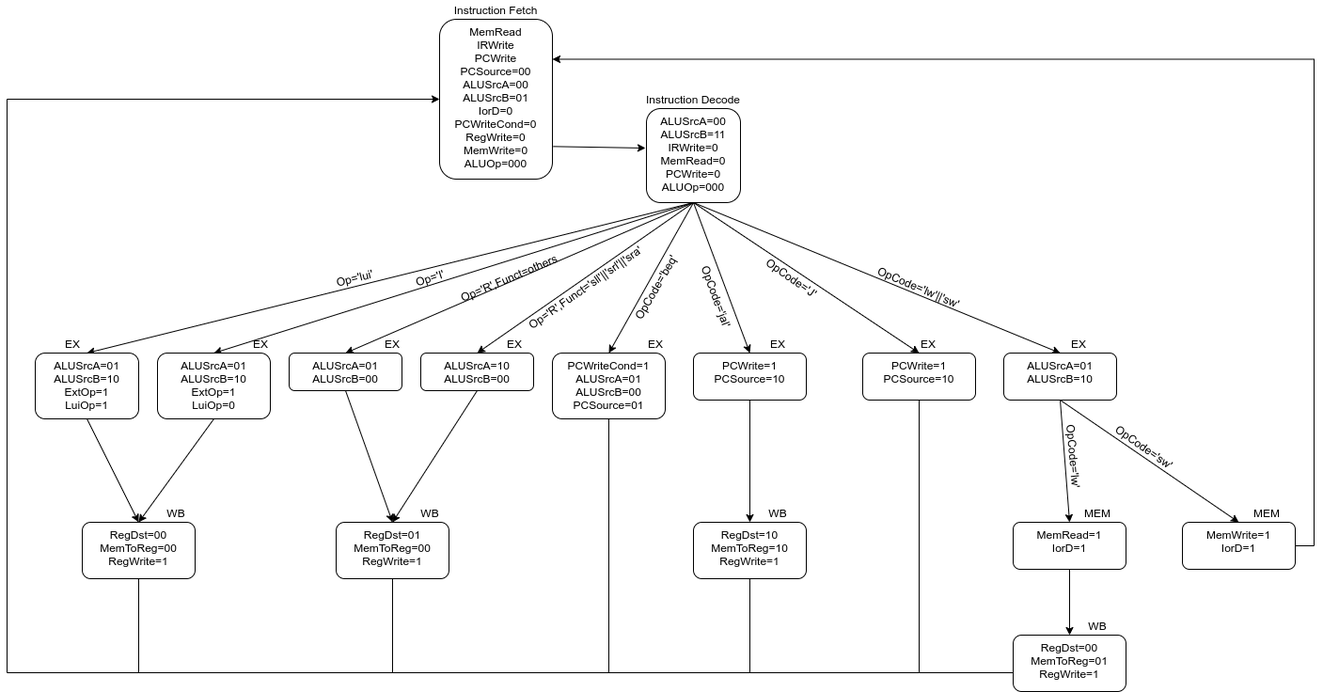
This is report/images/fsm.png from BryantSuen/multi-cycle-CPU, a draw.io export, as it was before one commit. Source tidied: cells renumbered, new cells last; positions are measured from the earlier drawing's top-left corner, leaving out a move shared by most shapes.
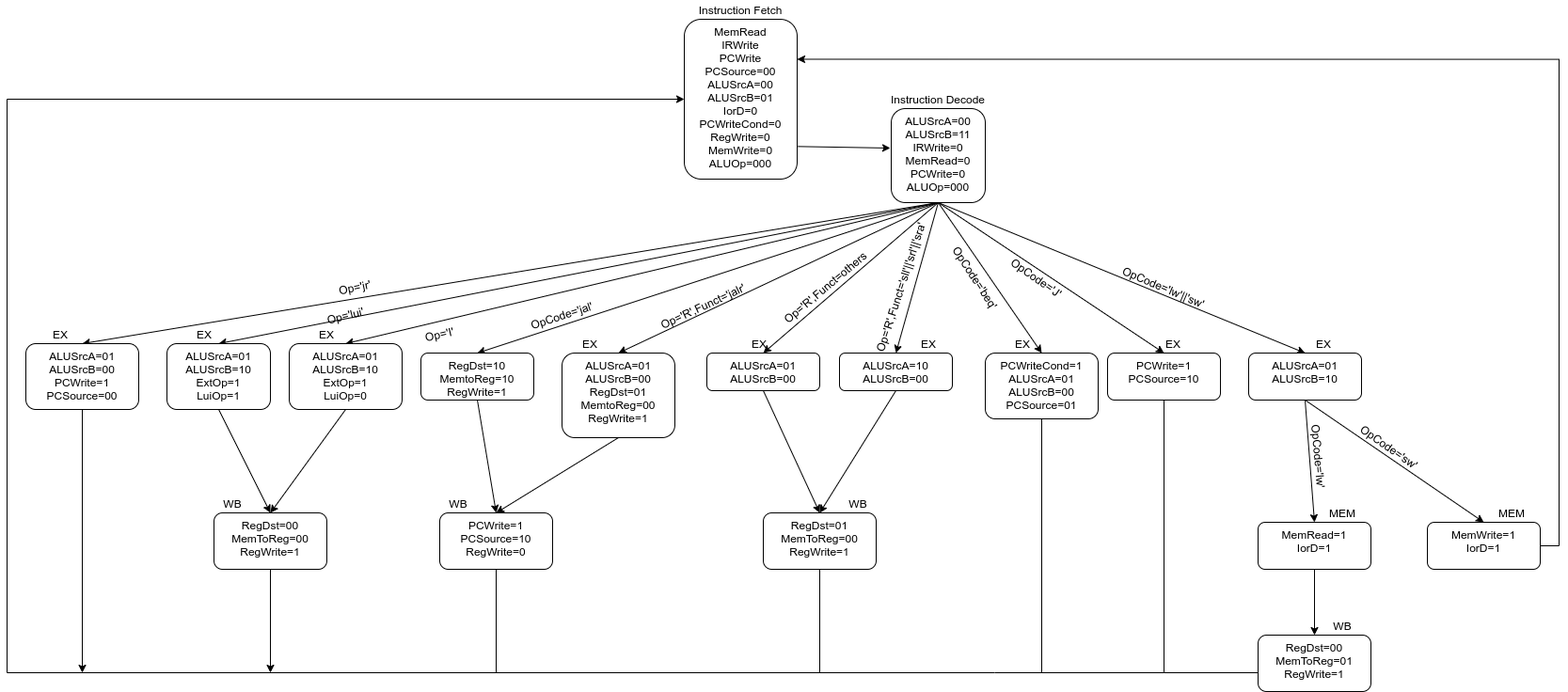
The same diagram one commit later.

Change to the diagram source:
```diff
@@ -29,6 +29,12 @@
     <mxCell id="10" style="edgeStyle=none;rounded=0;jettySize=auto;html=1;exitX=0.5;exitY=1;exitDx=0;exitDy=0;entryX=0.5;entryY=0;entryDx=0;entryDy=0;" parent="1" edge="1" source="11" target="39">
       <mxGeometry relative="1" as="geometry" />
     </mxCell>
+    <mxCell id="68" style="rounded=0;jettySize=auto;html=1;exitX=0.5;exitY=1;exitDx=0;exitDy=0;entryX=0.5;entryY=0;entryDx=0;entryDy=0;" parent="1" edge="1" source="11" target="72">
+      <mxGeometry relative="1" as="geometry" />
+    </mxCell>
+    <mxCell id="69" style="edgeStyle=none;rounded=0;jettySize=auto;html=1;exitX=0.5;exitY=1;exitDx=0;exitDy=0;entryX=0.5;entryY=0;entryDx=0;entryDy=0;" parent="1" edge="1" source="11" target="76">
+      <mxGeometry relative="1" as="geometry" />
+    </mxCell>
     <mxCell id="11" value="ALUSrcA=00&lt;br&gt;ALUSrcB=11&lt;br&gt;IRWrite=0&lt;br&gt;MemRead=0&lt;br&gt;PCWrite=0&lt;br&gt;ALUOp=000" style="rounded=1;whiteSpace=wrap;html=1;align=center;horizontal=1;verticalAlign=top;glass=0;shadow=0;sketch=0;" parent="1" vertex="1">
       <mxGeometry x="680" y="115" width="100" height="100" as="geometry" />
     </mxCell>
@@ -53,41 +59,38 @@
     <mxCell id="18" style="edgeStyle=none;rounded=0;jettySize=auto;html=1;exitX=0.5;exitY=1;exitDx=0;exitDy=0;entryX=0.5;entryY=0;entryDx=0;entryDy=0;" parent="1" edge="1" source="19" target="56">
       <mxGeometry relative="1" as="geometry" />
     </mxCell>
-    <mxCell id="19" value="&lt;span&gt;PCWrite=1&lt;/span&gt;&lt;br&gt;&lt;span&gt;PCSource=10&lt;/span&gt;" style="rounded=1;whiteSpace=wrap;html=1;shadow=0;glass=0;sketch=0;align=center;verticalAlign=top;" parent="1" vertex="1">
-      <mxGeometry x="730" y="375" width="120" height="50" as="geometry" />
+    <mxCell id="19" value="RegDst=10&lt;br&gt;MemtoReg=10&lt;br&gt;RegWrite=1" style="rounded=1;whiteSpace=wrap;html=1;shadow=0;glass=0;sketch=0;align=center;verticalAlign=top;" parent="1" vertex="1">
+      <mxGeometry x="180" y="375" width="120" height="50" as="geometry" />
     </mxCell>
-    <mxCell id="20" value="OpCode='jal'" style="text;html=1;strokeColor=none;fillColor=none;align=center;verticalAlign=middle;whiteSpace=wrap;rounded=0;shadow=0;glass=0;sketch=0;rotation=70;" parent="1" vertex="1">
-      <mxGeometry x="700" y="305" width="110" height="20" as="geometry" />
-    </mxCell>
     <mxCell id="21" value="PCWriteCond=1&lt;br&gt;ALUSrcA=01&lt;br&gt;ALUSrcB=00&lt;br&gt;PCSource=01&lt;br&gt;" style="rounded=1;whiteSpace=wrap;html=1;shadow=0;glass=0;sketch=0;align=center;verticalAlign=top;" parent="1" vertex="1">
-      <mxGeometry x="580" y="375" width="120" height="70" as="geometry" />
+      <mxGeometry x="780" y="375" width="120" height="70" as="geometry" />
     </mxCell>
-    <mxCell id="22" value="OpCode='beq'" style="text;html=1;strokeColor=none;fillColor=none;align=center;verticalAlign=middle;whiteSpace=wrap;rounded=0;shadow=0;glass=0;sketch=0;rotation=-60;" parent="1" vertex="1">
-      <mxGeometry x="630" y="295" width="120" height="20" as="geometry" />
+    <mxCell id="22" value="OpCode='beq'" style="text;html=1;strokeColor=none;fillColor=none;align=center;verticalAlign=middle;whiteSpace=wrap;rounded=0;shadow=0;glass=0;sketch=0;rotation=57;" parent="1" vertex="1">
+      <mxGeometry x="710" y="285" width="120" height="20" as="geometry" />
     </mxCell>
     <mxCell id="23" value="EX" style="text;html=1;strokeColor=none;fillColor=none;align=center;verticalAlign=middle;whiteSpace=wrap;rounded=0;shadow=0;glass=0;sketch=0;" parent="1" vertex="1">
       <mxGeometry x="800" y="355" width="40" height="20" as="geometry" />
     </mxCell>
     <mxCell id="24" value="EX" style="text;html=1;strokeColor=none;fillColor=none;align=center;verticalAlign=middle;whiteSpace=wrap;rounded=0;shadow=0;glass=0;sketch=0;" parent="1" vertex="1">
-      <mxGeometry x="670" y="355" width="40" height="20" as="geometry" />
+      <mxGeometry x="700" y="355" width="40" height="20" as="geometry" />
     </mxCell>
     <mxCell id="25" style="rounded=0;jettySize=auto;html=1;exitX=0.5;exitY=1;exitDx=0;exitDy=0;entryX=0.5;entryY=0;entryDx=0;entryDy=0;" parent="1" edge="1" source="26" target="52">
       <mxGeometry relative="1" as="geometry" />
     </mxCell>
     <mxCell id="26" value="ALUSrcA=10&lt;br&gt;ALUSrcB=00" style="rounded=1;whiteSpace=wrap;html=1;shadow=0;glass=0;sketch=0;align=center;verticalAlign=top;" parent="1" vertex="1">
-      <mxGeometry x="440" y="375" width="120" height="40" as="geometry" />
+      <mxGeometry x="625" y="375" width="120" height="40" as="geometry" />
     </mxCell>
     <mxCell id="27" style="edgeStyle=none;rounded=0;jettySize=auto;html=1;exitX=0.5;exitY=1;exitDx=0;exitDy=0;entryX=0.5;entryY=0;entryDx=0;entryDy=0;" parent="1" edge="1" source="28" target="52">
       <mxGeometry relative="1" as="geometry" />
     </mxCell>
     <mxCell id="28" value="ALUSrcA=01&lt;br&gt;ALUSrcB=00" style="rounded=1;whiteSpace=wrap;html=1;shadow=0;glass=0;sketch=0;align=center;verticalAlign=top;" parent="1" vertex="1">
-      <mxGeometry x="300" y="375" width="120" height="40" as="geometry" />
+      <mxGeometry x="484" y="375" width="120" height="40" as="geometry" />
     </mxCell>
-    <mxCell id="29" value="Op='R',Funct='sll'||'srl'||'sra'" style="text;html=1;strokeColor=none;fillColor=none;align=center;verticalAlign=middle;whiteSpace=wrap;rounded=0;shadow=0;glass=0;sketch=0;rotation=-35;" parent="1" vertex="1">
-      <mxGeometry x="530" y="295" width="170" height="20" as="geometry" />
+    <mxCell id="29" value="Op='R',Funct='sll'||'srl'||'sra'" style="text;html=1;strokeColor=none;fillColor=none;align=center;verticalAlign=middle;whiteSpace=wrap;rounded=0;shadow=0;glass=0;sketch=0;rotation=-72;" parent="1" vertex="1">
+      <mxGeometry x="605" y="295" width="170" height="20" as="geometry" />
     </mxCell>
-    <mxCell id="30" value="Op='R',Funct=others" style="text;html=1;strokeColor=none;fillColor=none;align=center;verticalAlign=middle;whiteSpace=wrap;rounded=0;shadow=0;glass=0;sketch=0;rotation=-23;" parent="1" vertex="1">
-      <mxGeometry x="464" y="285" width="140" height="20" as="geometry" />
+    <mxCell id="30" value="Op='R',Funct=others" style="text;html=1;strokeColor=none;fillColor=none;align=center;verticalAlign=middle;whiteSpace=wrap;rounded=0;shadow=0;glass=0;sketch=0;rotation=-40;" parent="1" vertex="1">
+      <mxGeometry x="540" y="295" width="140" height="20" as="geometry" />
     </mxCell>
     <mxCell id="31" style="edgeStyle=none;rounded=0;jettySize=auto;html=1;exitX=0.5;exitY=1;exitDx=0;exitDy=0;entryX=0.5;entryY=0;entryDx=0;entryDy=0;" parent="1" edge="1" source="33" target="47">
       <mxGeometry relative="1" as="geometry" />
@@ -105,21 +108,19 @@
       <mxGeometry relative="1" as="geometry" />
     </mxCell>
     <mxCell id="36" value="ALUSrcA=01&lt;br&gt;ALUSrcB=10&lt;br&gt;ExtOp=1&lt;br&gt;LuiOp=0" style="rounded=1;whiteSpace=wrap;html=1;shadow=0;glass=0;sketch=0;align=center;verticalAlign=top;" parent="1" vertex="1">
-      <mxGeometry x="160" y="375" width="120" height="70" as="geometry" />
+      <mxGeometry x="40" y="365" width="120" height="70" as="geometry" />
     </mxCell>
-    <mxCell id="37" value="Op='I'" style="text;html=1;strokeColor=none;fillColor=none;align=center;verticalAlign=middle;whiteSpace=wrap;rounded=0;shadow=0;glass=0;sketch=0;rotation=-18;" parent="1" vertex="1">
-      <mxGeometry x="420" y="285" width="60" height="20" as="geometry" />
+    <mxCell id="37" value="Op='I'" style="text;html=1;strokeColor=none;fillColor=none;align=center;verticalAlign=middle;whiteSpace=wrap;rounded=0;shadow=0;glass=0;sketch=0;rotation=-13;" parent="1" vertex="1">
+      <mxGeometry x="170" y="345" width="60" height="20" as="geometry" />
     </mxCell>
-    <mxCell id="38" style="edgeStyle=none;rounded=0;jettySize=auto;html=1;exitX=0.5;exitY=1;exitDx=0;exitDy=0;" parent="1" edge="1" source="39">
-      <mxGeometry relative="1" as="geometry">
-        <mxPoint x="140" y="555" as="targetPoint" />
-      </mxGeometry>
+    <mxCell id="38" style="edgeStyle=none;rounded=0;jettySize=auto;html=1;exitX=0.5;exitY=1;exitDx=0;exitDy=0;entryX=0.5;entryY=0;entryDx=0;entryDy=0;" parent="1" edge="1" source="39" target="54">
+      <mxGeometry relative="1" as="geometry" />
     </mxCell>
     <mxCell id="39" value="ALUSrcA=01&lt;br&gt;ALUSrcB=10&lt;br&gt;ExtOp=1&lt;br&gt;LuiOp=1" style="rounded=1;whiteSpace=wrap;html=1;shadow=0;glass=0;sketch=0;align=center;verticalAlign=top;" parent="1" vertex="1">
-      <mxGeometry x="30" y="375" width="110" height="70" as="geometry" />
+      <mxGeometry x="-90" y="365" width="110" height="70" as="geometry" />
     </mxCell>
     <mxCell id="40" value="Op='lui'" style="text;html=1;strokeColor=none;fillColor=none;align=center;verticalAlign=middle;whiteSpace=wrap;rounded=0;shadow=0;glass=0;sketch=0;rotation=-14;" parent="1" vertex="1">
-      <mxGeometry x="310" y="285" width="120" height="20" as="geometry" />
+      <mxGeometry x="40" y="325" width="120" height="20" as="geometry" />
     </mxCell>
     <mxCell id="41" value="EX" style="text;html=1;strokeColor=none;fillColor=none;align=center;verticalAlign=middle;whiteSpace=wrap;rounded=0;shadow=0;glass=0;sketch=0;" parent="1" vertex="1">
       <mxGeometry x="520" y="355" width="40" height="20" as="geometry" />
@@ -128,13 +129,13 @@
       <mxGeometry x="1120" y="355" width="40" height="20" as="geometry" />
     </mxCell>
     <mxCell id="43" value="EX" style="text;html=1;strokeColor=none;fillColor=none;align=center;verticalAlign=middle;whiteSpace=wrap;rounded=0;shadow=0;glass=0;sketch=0;" parent="1" vertex="1">
-      <mxGeometry x="50" y="355" width="40" height="20" as="geometry" />
+      <mxGeometry x="-70" y="345" width="40" height="20" as="geometry" />
     </mxCell>
     <mxCell id="44" value="EX" style="text;html=1;strokeColor=none;fillColor=none;align=center;verticalAlign=middle;whiteSpace=wrap;rounded=0;shadow=0;glass=0;sketch=0;" parent="1" vertex="1">
-      <mxGeometry x="250" y="355" width="40" height="20" as="geometry" />
+      <mxGeometry x="60" y="345" width="40" height="20" as="geometry" />
     </mxCell>
     <mxCell id="45" value="EX" style="text;html=1;strokeColor=none;fillColor=none;align=center;verticalAlign=middle;whiteSpace=wrap;rounded=0;shadow=0;glass=0;sketch=0;" parent="1" vertex="1">
-      <mxGeometry x="390" y="355" width="40" height="20" as="geometry" />
+      <mxGeometry x="340" y="355" width="40" height="20" as="geometry" />
     </mxCell>
     <mxCell id="46" style="edgeStyle=orthogonalEdgeStyle;rounded=0;jettySize=auto;html=1;exitX=1;exitY=0.5;exitDx=0;exitDy=0;entryX=1;entryY=0.25;entryDx=0;entryDy=0;" parent="1" edge="1" source="47" target="2">
       <mxGeometry relative="1" as="geometry" />
@@ -155,29 +156,34 @@
       <mxGeometry x="1090" y="475" width="90" height="20" as="geometry" />
     </mxCell>
     <mxCell id="52" value="RegDst=01&lt;br&gt;MemToReg=00&lt;br&gt;RegWrite=1" style="rounded=1;whiteSpace=wrap;html=1;shadow=0;glass=0;sketch=0;align=center;verticalAlign=top;" parent="1" vertex="1">
-      <mxGeometry x="350" y="555" width="120" height="60" as="geometry" />
+      <mxGeometry x="544" y="545" width="120" height="60" as="geometry" />
     </mxCell>
     <mxCell id="53" value="RegDst=00&lt;br&gt;MemToReg=01&lt;br&gt;RegWrite=1" style="rounded=1;whiteSpace=wrap;html=1;shadow=0;glass=0;sketch=0;align=center;verticalAlign=top;" parent="1" vertex="1">
       <mxGeometry x="1070" y="675" width="120" height="60" as="geometry" />
     </mxCell>
+    <mxCell id="70" style="edgeStyle=none;rounded=0;jettySize=auto;html=1;exitX=0.5;exitY=1;exitDx=0;exitDy=0;" parent="1" edge="1" source="54">
+      <mxGeometry relative="1" as="geometry">
+        <mxPoint x="20" y="715" as="targetPoint" />
+      </mxGeometry>
+    </mxCell>
     <mxCell id="54" value="RegDst=00&lt;br&gt;MemToReg=00&lt;br&gt;RegWrite=1&lt;br&gt;" style="rounded=1;whiteSpace=wrap;html=1;shadow=0;glass=0;sketch=0;align=center;verticalAlign=top;" parent="1" vertex="1">
-      <mxGeometry x="80" y="555" width="120" height="60" as="geometry" />
+      <mxGeometry x="-40" y="545" width="120" height="60" as="geometry" />
     </mxCell>
     <mxCell id="55" style="edgeStyle=orthogonalEdgeStyle;rounded=0;jettySize=auto;html=1;exitX=0.5;exitY=1;exitDx=0;exitDy=0;entryX=0;entryY=0.5;entryDx=0;entryDy=0;" parent="1" edge="1" source="56" target="2">
       <mxGeometry relative="1" as="geometry">
         <Array as="points">
-          <mxPoint x="790" y="715" />
-          <mxPoint y="715" />
-          <mxPoint y="105" />
+          <mxPoint x="260" y="715" />
+          <mxPoint x="-260" y="715" />
+          <mxPoint x="-260" y="105" />
         </Array>
       </mxGeometry>
     </mxCell>
-    <mxCell id="56" value="RegDst=10&lt;br&gt;MemToReg=10&lt;br&gt;RegWrite=1" style="rounded=1;whiteSpace=wrap;html=1;shadow=0;glass=0;sketch=0;align=center;verticalAlign=top;" parent="1" vertex="1">
-      <mxGeometry x="730" y="555" width="120" height="60" as="geometry" />
+    <mxCell id="56" value="PCWrite=1&lt;br&gt;PCSource=10&lt;br&gt;RegWrite=0" style="rounded=1;whiteSpace=wrap;html=1;shadow=0;glass=0;sketch=0;align=center;verticalAlign=top;" parent="1" vertex="1">
+      <mxGeometry x="200" y="545" width="120" height="60" as="geometry" />
     </mxCell>
     <mxCell id="57" style="endArrow=none;html=1;entryX=0.5;entryY=1;entryDx=0;entryDy=0;edgeStyle=orthogonalEdgeStyle;rounded=0;" parent="1" edge="1" target="13">
       <mxGeometry relative="1" as="geometry">
-        <mxPoint x="790" y="695" as="sourcePoint" />
+        <mxPoint x="200" y="715" as="sourcePoint" />
         <Array as="points">
           <mxPoint x="790" y="715" />
           <mxPoint x="970" y="715" />
@@ -186,17 +192,12 @@
     </mxCell>
     <mxCell id="58" style="endArrow=none;html=1;entryX=0.5;entryY=1;entryDx=0;entryDy=0;" parent="1" edge="1" target="52">
       <mxGeometry relative="1" as="geometry">
-        <mxPoint x="410" y="715" as="sourcePoint" />
+        <mxPoint x="604" y="715" as="sourcePoint" />
       </mxGeometry>
     </mxCell>
-    <mxCell id="59" style="endArrow=none;html=1;entryX=0.5;entryY=1;entryDx=0;entryDy=0;" parent="1" edge="1" target="54">
-      <mxGeometry relative="1" as="geometry">
-        <mxPoint x="140" y="715" as="sourcePoint" />
-      </mxGeometry>
-    </mxCell>
     <mxCell id="60" style="endArrow=none;html=1;entryX=0.5;entryY=1;entryDx=0;entryDy=0;" parent="1" edge="1" target="21">
       <mxGeometry relative="1" as="geometry">
-        <mxPoint x="640" y="715" as="sourcePoint" />
+        <mxPoint x="840" y="715" as="sourcePoint" />
       </mxGeometry>
     </mxCell>
     <mxCell id="61" style="endArrow=none;html=1;" parent="1" edge="1">
@@ -212,16 +213,42 @@
       <mxGeometry x="1320" y="535" width="40" height="20" as="geometry" />
     </mxCell>
     <mxCell id="64" value="WB" style="text;html=1;strokeColor=none;fillColor=none;align=center;verticalAlign=middle;whiteSpace=wrap;rounded=0;shadow=0;glass=0;sketch=0;" parent="1" vertex="1">
-      <mxGeometry x="160" y="535" width="40" height="20" as="geometry" />
+      <mxGeometry x="-40" y="525" width="40" height="20" as="geometry" />
     </mxCell>
     <mxCell id="65" value="WB" style="text;html=1;strokeColor=none;fillColor=none;align=center;verticalAlign=middle;whiteSpace=wrap;rounded=0;shadow=0;glass=0;sketch=0;" parent="1" vertex="1">
-      <mxGeometry x="430" y="535" width="40" height="20" as="geometry" />
+      <mxGeometry x="625" y="525" width="40" height="20" as="geometry" />
     </mxCell>
+    <mxCell id="67" value="WB" style="text;html=1;strokeColor=none;fillColor=none;align=center;verticalAlign=middle;whiteSpace=wrap;rounded=0;shadow=0;glass=0;sketch=0;" parent="1" vertex="1">
+      <mxGeometry x="1140" y="655" width="40" height="20" as="geometry" />
+    </mxCell>
+    <mxCell id="71" style="edgeStyle=none;rounded=0;jettySize=auto;html=1;exitX=0.5;exitY=1;exitDx=0;exitDy=0;" parent="1" edge="1" source="72">
+      <mxGeometry relative="1" as="geometry">
+        <mxPoint x="-180" y="715" as="targetPoint" />
+      </mxGeometry>
+    </mxCell>
+    <mxCell id="72" value="&lt;span&gt;ALUSrcA=01&lt;/span&gt;&lt;br&gt;&lt;span&gt;ALUSrcB=00&lt;br&gt;PCWrite=1&lt;br&gt;PCSource=00&lt;br&gt;&lt;/span&gt;" style="rounded=1;whiteSpace=wrap;html=1;shadow=0;glass=0;sketch=0;align=center;verticalAlign=top;" parent="1" vertex="1">
+      <mxGeometry x="-240" y="365" width="120" height="70" as="geometry" />
+    </mxCell>
+    <mxCell id="73" value="EX" style="text;html=1;strokeColor=none;fillColor=none;align=center;verticalAlign=middle;whiteSpace=wrap;rounded=0;shadow=0;glass=0;sketch=0;" parent="1" vertex="1">
+      <mxGeometry x="-223" y="345" width="40" height="20" as="geometry" />
+    </mxCell>
+    <mxCell id="74" value="Op='jr'" style="text;html=1;strokeColor=none;fillColor=none;align=center;verticalAlign=middle;whiteSpace=wrap;rounded=0;rotation=-12;" parent="1" vertex="1">
+      <mxGeometry x="90" y="295" width="40" height="20" as="geometry" />
+    </mxCell>
+    <mxCell id="75" style="edgeStyle=none;rounded=0;jettySize=auto;html=1;exitX=0.5;exitY=1;exitDx=0;exitDy=0;entryX=0.5;entryY=0;entryDx=0;entryDy=0;" parent="1" edge="1" source="76" target="56">
+      <mxGeometry relative="1" as="geometry" />
+    </mxCell>
+    <mxCell id="76" value="&lt;span&gt;ALUSrcA=01&lt;/span&gt;&lt;br&gt;&lt;span&gt;ALUSrcB=00&lt;br&gt;RegDst=01&lt;br&gt;MemtoReg=00&lt;br&gt;RegWrite=1&lt;br&gt;&lt;/span&gt;" style="rounded=1;whiteSpace=wrap;html=1;shadow=0;glass=0;sketch=0;align=center;verticalAlign=top;" parent="1" vertex="1">
+      <mxGeometry x="330" y="375" width="120" height="90" as="geometry" />
+    </mxCell>
+    <mxCell id="77" value="Op='R',Funct='jalr'" style="text;html=1;strokeColor=none;fillColor=none;align=center;verticalAlign=middle;whiteSpace=wrap;rounded=0;rotation=-25;" parent="1" vertex="1">
+      <mxGeometry x="460" y="315" width="40" height="20" as="geometry" />
+    </mxCell>
     <mxCell id="66" value="WB" style="text;html=1;strokeColor=none;fillColor=none;align=center;verticalAlign=middle;whiteSpace=wrap;rounded=0;shadow=0;glass=0;sketch=0;" parent="1" vertex="1">
-      <mxGeometry x="800" y="535" width="40" height="20" as="geometry" />
+      <mxGeometry x="200" y="525" width="40" height="20" as="geometry" />
     </mxCell>
-    <mxCell id="67" value="WB" style="text;html=1;strokeColor=none;fillColor=none;align=center;verticalAlign=middle;whiteSpace=wrap;rounded=0;shadow=0;glass=0;sketch=0;" parent="1" vertex="1">
-      <mxGeometry x="1140" y="655" width="40" height="20" as="geometry" />
-    </mxCell>
+    <mxCell id="20" value="OpCode='jal'" style="text;html=1;strokeColor=none;fillColor=none;align=center;verticalAlign=middle;whiteSpace=wrap;rounded=0;shadow=0;glass=0;sketch=0;rotation=-18;" parent="1" vertex="1">
+      <mxGeometry x="270" y="325" width="120" height="20" as="geometry" />
+    </mxCell>
   </root>
 </mxGraphModel>
```
